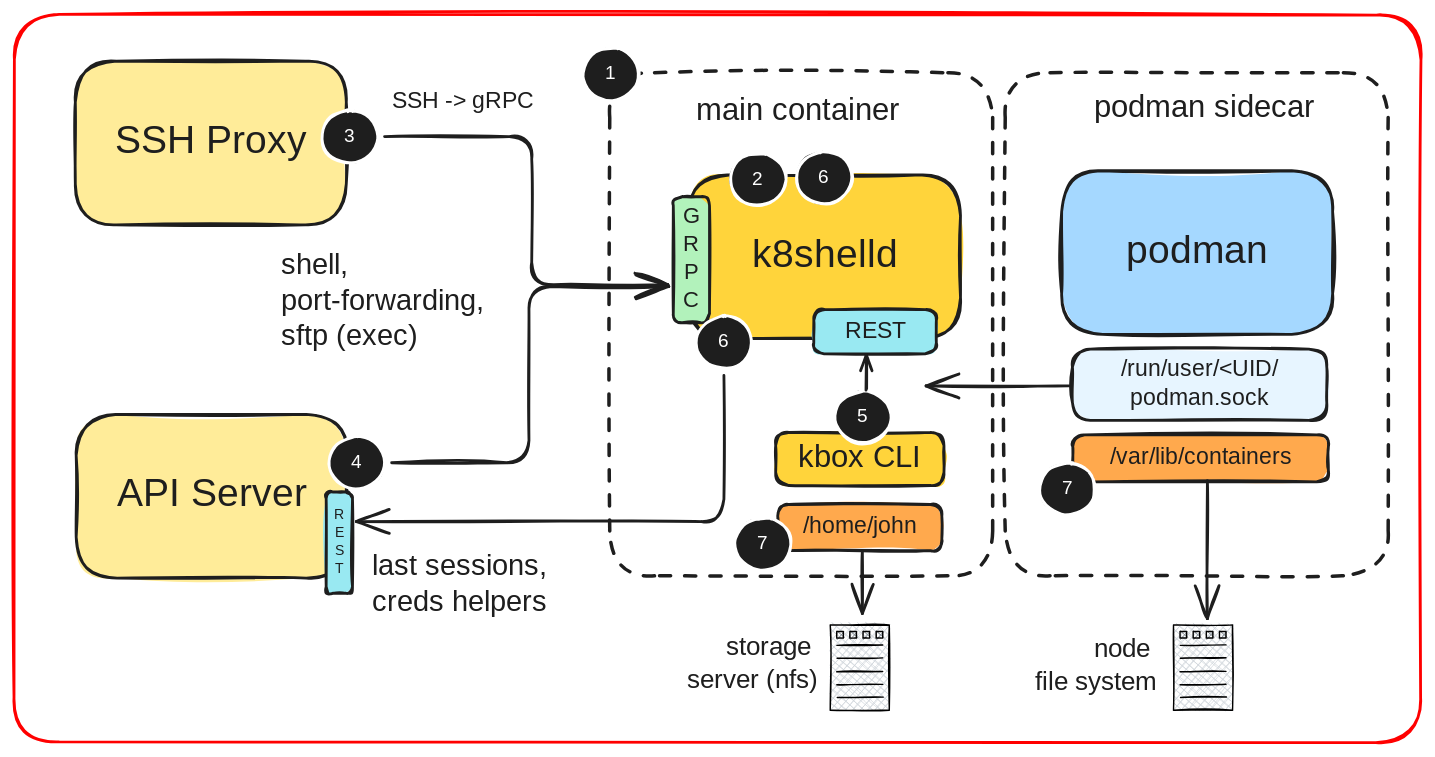
Above: drawings/workspace-architecture.excalidraw.svg in k8shell-io/docs (Excalidraw), before the change. Source tidied: one line per element, renumbered; positions are measured from the earlier drawing's top-left corner, leaving out a move shared by most shapes.
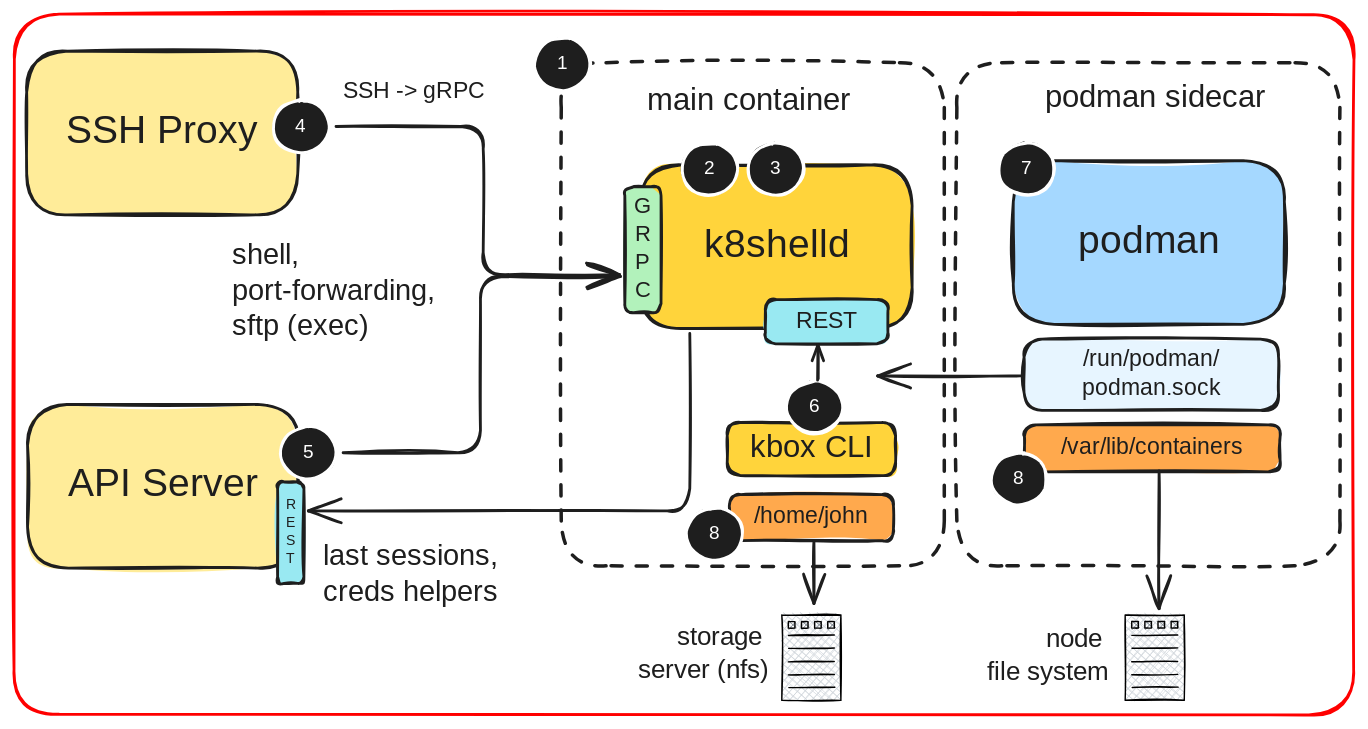
The same diagram one commit later.

Commit message:
workspace content

Diff of the diagram source:
```diff
@@ -1,4 +1,4 @@
-{"id": 0, "type": "rectangle", "strokeColor": "#ff0000", "angle": 0.0, "strokeWidth": 2, "roughness": 1, "round": true, "x": 0, "y": 0, "width": 1005, "height": 520}
+{"id": 0, "type": "rectangle", "strokeColor": "#ff0000", "angle": 0.0, "strokeWidth": 2, "roughness": 1, "round": true, "x": 35, "y": 7, "width": 957, "height": 500}
 {"id": 1, "type": "rectangle", "strokeColor": "#1e1e1e", "backgroundColor": "#ffd43b", "fillStyle": "solid", "strokeWidth": 2, "roughness": 1, "round": true, "x": 483, "y": 114, "width": 194, "height": 117}
 {"id": 2, "type": "text", "text": "k8shelld", "strokeColor": "#1e1e1e", "strokeWidth": 2, "roughness": 1, "fontSize": 28, "fontFamily": 5, "textAlign": "center", "verticalAlign": "middle", "inside": 1, "x": 525, "y": 155, "width": 108, "height": 35}
 {"id": 3, "type": "rectangle", "strokeColor": "#1e1e1e", "backgroundColor": "#b2f2bb", "fillStyle": "solid", "strokeWidth": 2, "roughness": 1, "round": true, "x": 471, "y": 130, "width": 26, "height": 90}
@@ -18,20 +18,18 @@
 {"id": 17, "type": "text", "text": "REST", "strokeColor": "#1e1e1e", "strokeWidth": 2, "roughness": 1, "fontSize": 16.53, "fontFamily": 5, "textAlign": "center", "verticalAlign": "middle", "inside": 16, "x": 591, "y": 216, "width": 48, "height": 21}
 {"id": 18, "type": "ellipse", "strokeColor": "#ffffff", "backgroundColor": "#1e1e1e", "fillStyle": "solid", "strokeWidth": 2, "roughness": 1, "round": true, "x": 406, "y": 24, "width": 40, "height": 38}
 {"id": 19, "type": "text", "text": "1", "strokeColor": "#ffffff", "backgroundColor": "#1e1e1e", "fillStyle": "solid", "strokeWidth": 2, "roughness": 1, "fontSize": 13.5, "fontFamily": 5, "textAlign": "center", "verticalAlign": "middle", "inside": 18, "x": 423, "y": 34, "width": 6, "height": 17}
-{"id": 20, "type": "ellipse", "strokeColor": "#ffffff", "backgroundColor": "#1e1e1e", "fillStyle": "solid", "strokeWidth": 2, "roughness": 1, "round": true, "x": 559, "y": 98, "width": 40, "height": 38}
+{"id": 20, "type": "ellipse", "strokeColor": "#ffffff", "backgroundColor": "#1e1e1e", "fillStyle": "solid", "strokeWidth": 2, "roughness": 1, "round": true, "x": 559, "y": 99, "width": 40, "height": 38}
-{"id": 21, "type": "text", "text": "6", "strokeColor": "#ffffff", "backgroundColor": "#1e1e1e", "fillStyle": "solid", "strokeWidth": 2, "roughness": 1, "fontSize": 13.5, "fontFamily": 5, "textAlign": "center", "verticalAlign": "middle", "inside": 20, "x": 574, "y": 108, "width": 9, "height": 17}
+{"id": 21, "type": "text", "text": "3", "strokeColor": "#ffffff", "backgroundColor": "#1e1e1e", "fillStyle": "solid", "strokeWidth": 2, "roughness": 1, "fontSize": 13.5, "fontFamily": 5, "textAlign": "center", "verticalAlign": "middle", "inside": 20, "x": 574, "y": 109, "width": 8, "height": 17}
 {"id": 22, "type": "ellipse", "strokeColor": "#ffffff", "backgroundColor": "#1e1e1e", "fillStyle": "solid", "strokeWidth": 2, "roughness": 1, "round": true, "x": 220, "y": 68, "width": 40, "height": 38}
-{"id": 23, "type": "text", "text": "3", "strokeColor": "#ffffff", "backgroundColor": "#1e1e1e", "fillStyle": "solid", "strokeWidth": 2, "roughness": 1, "fontSize": 13.5, "fontFamily": 5, "textAlign": "center", "verticalAlign": "middle", "inside": 22, "x": 236, "y": 79, "width": 8, "height": 17}
+{"id": 23, "type": "text", "text": "4", "strokeColor": "#ffffff", "backgroundColor": "#1e1e1e", "fillStyle": "solid", "strokeWidth": 2, "roughness": 1, "fontSize": 13.5, "fontFamily": 5, "textAlign": "center", "verticalAlign": "middle", "inside": 22, "x": 236, "y": 79, "width": 8, "height": 17}
 {"id": 24, "type": "ellipse", "strokeColor": "#ffffff", "backgroundColor": "#1e1e1e", "fillStyle": "solid", "strokeWidth": 2, "roughness": 1, "round": true, "x": 225, "y": 301, "width": 40, "height": 38}
-{"id": 25, "type": "text", "text": "4", "strokeColor": "#ffffff", "backgroundColor": "#1e1e1e", "fillStyle": "solid", "strokeWidth": 2, "roughness": 1, "fontSize": 13.5, "fontFamily": 5, "textAlign": "center", "verticalAlign": "middle", "inside": 24, "x": 241, "y": 312, "width": 8, "height": 17}
+{"id": 25, "type": "text", "text": "5", "strokeColor": "#ffffff", "backgroundColor": "#1e1e1e", "fillStyle": "solid", "strokeWidth": 2, "roughness": 1, "fontSize": 13.5, "fontFamily": 5, "textAlign": "center", "verticalAlign": "middle", "inside": 24, "x": 241, "y": 312, "width": 8, "height": 17}
 {"id": 26, "type": "ellipse", "strokeColor": "#ffffff", "backgroundColor": "#1e1e1e", "fillStyle": "solid", "strokeWidth": 2, "roughness": 1, "round": true, "x": 586, "y": 269, "width": 40, "height": 38}
-{"id": 27, "type": "text", "text": "5", "strokeColor": "#ffffff", "backgroundColor": "#1e1e1e", "fillStyle": "solid", "strokeWidth": 2, "roughness": 1, "fontSize": 13.5, "fontFamily": 5, "textAlign": "center", "verticalAlign": "middle", "inside": 26, "x": 602, "y": 279, "width": 8, "height": 17}
+{"id": 27, "type": "text", "text": "6", "strokeColor": "#ffffff", "backgroundColor": "#1e1e1e", "fillStyle": "solid", "strokeWidth": 2, "roughness": 1, "fontSize": 13.5, "fontFamily": 5, "textAlign": "center", "verticalAlign": "middle", "inside": 26, "x": 602, "y": 279, "width": 9, "height": 17}
-{"id": 28, "type": "ellipse", "strokeColor": "#ffffff", "backgroundColor": "#1e1e1e", "fillStyle": "solid", "strokeWidth": 2, "roughness": 1, "round": true, "x": 487, "y": 215, "width": 40, "height": 38}
-{"id": 29, "type": "text", "text": "6", "strokeColor": "#ffffff", "backgroundColor": "#1e1e1e", "fillStyle": "solid", "strokeWidth": 2, "roughness": 1, "fontSize": 13.5, "fontFamily": 5, "textAlign": "center", "verticalAlign": "middle", "inside": 28, "x": 503, "y": 226, "width": 9, "height": 17}
 {"id": 30, "type": "arrow", "strokeColor": "#1e1e1e", "backgroundColor": "#d0bfff", "fillStyle": "solid", "strokeWidth": 2, "roughness": 1, "endArrowhead": "arrow", "from": 22, "x": 265, "y": 87, "width": 202, "height": 106, "points": [[0, 0], [105, 0], [105, 106], [202, 106]]}
 {"id": 31, "type": "rectangle", "strokeColor": "#1e1e1e", "backgroundColor": "#99e9f2", "fillStyle": "solid", "strokeWidth": 2, "roughness": 1, "round": true, "x": 223, "y": 341, "width": 19, "height": 72}
 {"id": 32, "type": "text", "text": "R\nE\nS\nT", "strokeColor": "#1e1e1e", "strokeWidth": 2, "roughness": 1, "fontSize": 10.28, "fontFamily": 5, "textAlign": "center", "verticalAlign": "middle", "inside": 31, "x": 228, "y": 352, "width": 9, "height": 51}
-{"id": 33, "type": "arrow", "strokeColor": "#1e1e1e", "backgroundColor": "#d0bfff", "fillStyle": "solid", "strokeWidth": 2, "roughness": 1, "endArrowhead": "arrow", "from": 28, "to": 8, "x": 507, "y": 258, "width": 263, "height": 104, "points": [[0, 0], [0, 104], [-263, 104]]}
+{"id": 33, "type": "arrow", "strokeColor": "#1e1e1e", "backgroundColor": "#d0bfff", "fillStyle": "solid", "strokeWidth": 2, "roughness": 1, "endArrowhead": "arrow", "from": 1, "to": 8, "x": 517, "y": 235, "width": 272, "height": 127, "points": [[0, 0], [0, 127], [-272, 127]]}
 {"id": 34, "type": "arrow", "strokeColor": "#1e1e1e", "backgroundColor": "#ffec99", "fillStyle": "solid", "strokeWidth": 2, "roughness": 1, "endArrowhead": "arrow", "round": true, "from": 26, "to": 16, "x": 609, "y": 267, "width": 0, "height": 24, "points": [[0, 0], [0, -24]]}
 {"id": 35, "type": "ellipse", "strokeColor": "#ffffff", "backgroundColor": "#1e1e1e", "fillStyle": "solid", "strokeWidth": 2, "roughness": 1, "round": true, "x": 511, "y": 99, "width": 40, "height": 38}
 {"id": 36, "type": "text", "text": "2", "strokeColor": "#ffffff", "backgroundColor": "#1e1e1e", "fillStyle": "solid", "strokeWidth": 2, "roughness": 1, "fontSize": 13.5, "fontFamily": 5, "textAlign": "center", "verticalAlign": "middle", "inside": 35, "x": 527, "y": 109, "width": 9, "height": 17}
@@ -44,7 +42,7 @@
 {"id": 43, "type": "rectangle", "strokeColor": "#1e1e1e", "backgroundColor": "#ffa94d", "fillStyle": "solid", "strokeWidth": 2, "roughness": 1, "round": true, "x": 546, "y": 350, "width": 117, "height": 33}
 {"id": 44, "type": "text", "text": "/home/john", "strokeColor": "#1e1e1e", "backgroundColor": "#ffa94d", "fillStyle": "solid", "strokeWidth": 2, "roughness": 1, "fontSize": 16.36, "fontFamily": 5, "textAlign": "center", "verticalAlign": "middle", "inside": 43, "x": 559, "y": 356, "width": 90, "height": 20}
 {"id": 45, "type": "rectangle", "strokeColor": "#1e1e1e", "backgroundColor": "#e7f5ff", "fillStyle": "solid", "strokeWidth": 2, "roughness": 1, "round": true, "x": 756, "y": 239, "width": 182, "height": 51}
-{"id": 46, "type": "text", "text": "/run/user/<UID/\npodman.sock", "strokeColor": "#1e1e1e", "backgroundColor": "#ffa94d", "fillStyle": "solid", "strokeWidth": 2, "roughness": 1, "fontSize": 16.36, "fontFamily": 5, "textAlign": "center", "verticalAlign": "middle", "inside": 45, "x": 778, "y": 244, "width": 137, "height": 41}
+{"id": 46, "type": "text", "text": "/run/podman/\npodman.sock", "strokeColor": "#1e1e1e", "backgroundColor": "#ffa94d", "fillStyle": "solid", "strokeWidth": 2, "roughness": 1, "fontSize": 16.36, "fontFamily": 5, "textAlign": "center", "verticalAlign": "middle", "inside": 45, "x": 792, "y": 244, "width": 109, "height": 41}
 {"id": 47, "type": "rectangle", "strokeColor": "#000000", "backgroundColor": "#ced4da", "fillStyle": "cross-hatch", "strokeWidth": 1, "roughness": 1, "x": 583, "y": 436, "width": 42, "height": 61}
 {"id": 48, "type": "line", "strokeColor": "#000000", "backgroundColor": "#ced4da", "fillStyle": "cross-hatch", "strokeWidth": 1, "roughness": 1, "x": 588, "y": 451, "width": 33, "height": 0, "points": [[0, 0], [33, 0]]}
 {"id": 49, "type": "line", "strokeColor": "#000000", "backgroundColor": "#ced4da", "fillStyle": "cross-hatch", "strokeWidth": 1, "roughness": 1, "x": 588, "y": 460, "width": 33, "height": 0, "points": [[0, 0], [33, 0]]}
@@ -71,7 +69,9 @@
 {"id": 70, "type": "rectangle", "strokeColor": "#000000", "backgroundColor": "#868e96", "fillStyle": "cross-hatch", "strokeWidth": 1, "roughness": 1, "x": 861, "y": 441, "width": 5, "height": 5}
 {"id": 71, "type": "arrow", "strokeColor": "#1e1e1e", "backgroundColor": "#e7f5ff", "fillStyle": "solid", "strokeWidth": 2, "roughness": 1, "endArrowhead": "arrow", "from": 37, "to": 70, "x": 853, "y": 333, "width": 0, "height": 98, "points": [[0, 0], [0, 98]]}
 {"id": 72, "type": "ellipse", "strokeColor": "#ffffff", "backgroundColor": "#1e1e1e", "fillStyle": "solid", "strokeWidth": 2, "roughness": 1, "round": true, "x": 733, "y": 320, "width": 40, "height": 38}
-{"id": 73, "type": "text", "text": "7", "strokeColor": "#ffffff", "backgroundColor": "#1e1e1e", "fillStyle": "solid", "strokeWidth": 2, "roughness": 1, "fontSize": 13.5, "fontFamily": 5, "textAlign": "center", "verticalAlign": "middle", "inside": 72, "x": 749, "y": 331, "width": 8, "height": 17}
+{"id": 73, "type": "text", "text": "8", "strokeColor": "#ffffff", "backgroundColor": "#1e1e1e", "fillStyle": "solid", "strokeWidth": 2, "roughness": 1, "fontSize": 13.5, "fontFamily": 5, "textAlign": "center", "verticalAlign": "middle", "inside": 72, "x": 748, "y": 331, "width": 9, "height": 17}
 {"id": 74, "type": "ellipse", "strokeColor": "#ffffff", "backgroundColor": "#1e1e1e", "fillStyle": "solid", "strokeWidth": 2, "roughness": 1, "round": true, "x": 515, "y": 360, "width": 40, "height": 38}
-{"id": 75, "type": "text", "text": "7", "strokeColor": "#ffffff", "backgroundColor": "#1e1e1e", "fillStyle": "solid", "strokeWidth": 2, "roughness": 1, "fontSize": 13.5, "fontFamily": 5, "textAlign": "center", "verticalAlign": "middle", "inside": 74, "x": 531, "y": 370, "width": 8, "height": 17}
+{"id": 75, "type": "text", "text": "8", "strokeColor": "#ffffff", "backgroundColor": "#1e1e1e", "fillStyle": "solid", "strokeWidth": 2, "roughness": 1, "fontSize": 13.5, "fontFamily": 5, "textAlign": "center", "verticalAlign": "middle", "inside": 74, "x": 531, "y": 370, "width": 9, "height": 17}
 {"id": 76, "type": "arrow", "strokeColor": "#1e1e1e", "backgroundColor": "#e7f5ff", "fillStyle": "solid", "strokeWidth": 2, "roughness": 1, "endArrowhead": "arrow", "from": 45, "x": 753, "y": 265, "width": 102, "height": 0, "points": [[0, 0], [-102, 0]]}
+{"id": 77, "type": "ellipse", "strokeColor": "#ffffff", "backgroundColor": "#1e1e1e", "fillStyle": "solid", "strokeWidth": 2, "roughness": 1, "round": true, "x": 738, "y": 98, "width": 40, "height": 38}
+{"id": 78, "type": "text", "text": "7", "strokeColor": "#ffffff", "backgroundColor": "#1e1e1e", "fillStyle": "solid", "strokeWidth": 2, "roughness": 1, "fontSize": 13.5, "fontFamily": 5, "textAlign": "center", "verticalAlign": "middle", "inside": 77, "x": 754, "y": 109, "width": 8, "height": 17}
```
